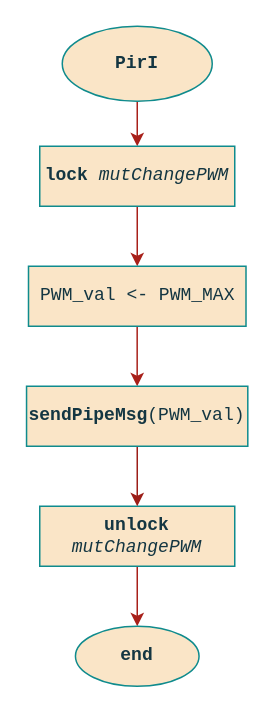
The draw.io diagram page "PIR" (1 of 3) of project/report/flowcharts/Sensors.drawio in ESRGgroup9/slipad, before the edit. Source tidied: cells renumbered, new cells numbered last; positions are measured from the earlier drawing's top-left corner, leaving out a move shared by most shapes. Both pictures are drawn from the tidied source at 150%, with x=0, y=0 at pixel (26, 26).
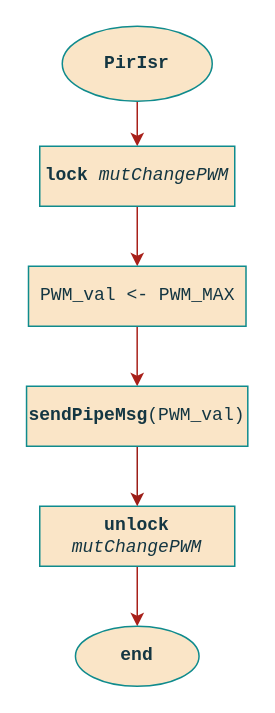
Above is the later version.

The edit, as a diff of the source:
```diff
@@
 <mxGraphModel>
   <root>
     <mxCell id="0" />
     <mxCell id="1" parent="0" />
     <mxCell id="2" style="edgeStyle=orthogonalEdgeStyle;curved=0;rounded=1;sketch=0;jettySize=auto;html=1;entryX=0.5;entryY=0;entryDx=0;entryDy=0;fontColor=#143642;strokeColor=#A8201A;fillColor=#FAE5C7;" parent="1" edge="1" source="3" target="5">
       <mxGeometry relative="1" as="geometry" />
     </mxCell>
-    <mxCell id="3" value="&lt;b&gt;PirI&lt;/b&gt;" style="ellipse;whiteSpace=wrap;html=1;fontFamily=Courier New;fillColor=#FAE5C7;strokeColor=#0F8B8D;fontColor=#143642;" parent="1" vertex="1">
+    <mxCell id="3" value="&lt;b&gt;PirIsr&lt;/b&gt;" style="ellipse;whiteSpace=wrap;html=1;fontFamily=Courier New;fillColor=#FAE5C7;strokeColor=#0F8B8D;fontColor=#143642;" parent="1" vertex="1">
       <mxGeometry x="24" width="100" height="50" as="geometry" />
     </mxCell>
     <mxCell id="4" style="edgeStyle=orthogonalEdgeStyle;curved=0;rounded=1;sketch=0;jettySize=auto;html=1;fontColor=#143642;strokeColor=#A8201A;fillColor=#FAE5C7;" parent="1" edge="1" source="5" target="7">
       <mxGeometry relative="1" as="geometry" />
     </mxCell>
     <mxCell id="5" value="&lt;div&gt;&lt;b&gt;lock&lt;/b&gt;&lt;i&gt; mutChangePWM&lt;/i&gt;&lt;br&gt;&lt;/div&gt;" style="rounded=0;whiteSpace=wrap;html=1;sketch=0;fontColor=#143642;strokeColor=#0F8B8D;fillColor=#FAE5C7;fontFamily=Courier New;" parent="1" vertex="1">
       <mxGeometry x="9" y="80" width="130" height="40" as="geometry" />
     </mxCell>
     <mxCell id="6" style="edgeStyle=orthogonalEdgeStyle;curved=0;rounded=1;sketch=0;jettySize=auto;html=1;fontColor=#143642;strokeColor=#A8201A;fillColor=#FAE5C7;entryX=0.5;entryY=0;entryDx=0;entryDy=0;" parent="1" edge="1" source="7" target="12">
       <mxGeometry relative="1" as="geometry" />
     </mxCell>
     <mxCell id="7" value="PWM_val &amp;lt;- PWM_MAX" style="rounded=0;whiteSpace=wrap;html=1;sketch=0;fontColor=#143642;strokeColor=#0F8B8D;fillColor=#FAE5C7;fontFamily=Courier New;" parent="1" vertex="1">
       <mxGeometry x="1.5" y="160" width="145" height="40" as="geometry" />
     </mxCell>
     <mxCell id="8" style="edgeStyle=orthogonalEdgeStyle;curved=0;rounded=1;sketch=0;jettySize=auto;html=1;fontColor=#143642;strokeColor=#A8201A;fillColor=#FAE5C7;" parent="1" edge="1" source="9" target="10">
       <mxGeometry relative="1" as="geometry" />
     </mxCell>
     <mxCell id="9" value="&lt;b&gt;unlock&lt;/b&gt;&lt;i&gt; mutChangePWM&lt;/i&gt;" style="rounded=0;whiteSpace=wrap;html=1;sketch=0;fontColor=#143642;strokeColor=#0F8B8D;fillColor=#FAE5C7;fontFamily=Courier New;" parent="1" vertex="1">
       <mxGeometry x="9" y="320" width="130" height="40" as="geometry" />
     </mxCell>
     <mxCell id="10" value="&lt;b&gt;end&lt;/b&gt;" style="ellipse;whiteSpace=wrap;html=1;rounded=0;sketch=0;fontFamily=Courier New;fontColor=#143642;strokeColor=#0F8B8D;fillColor=#FAE5C7;" parent="1" vertex="1">
       <mxGeometry x="32.8" y="400" width="82.4" height="40" as="geometry" />
     </mxCell>
     <mxCell id="11" style="edgeStyle=orthogonalEdgeStyle;rounded=0;jettySize=auto;html=1;strokeColor=#9C1E18;" parent="1" edge="1" source="12" target="9">
       <mxGeometry relative="1" as="geometry" />
     </mxCell>
     <mxCell id="12" value="&lt;b&gt;sendPipeMsg&lt;/b&gt;(PWM_val)" style="rounded=0;whiteSpace=wrap;html=1;sketch=0;fontColor=#143642;strokeColor=#0F8B8D;fillColor=#FAE5C7;fontFamily=Courier New;" parent="1" vertex="1">
       <mxGeometry x="0.2" y="240" width="147.5" height="40" as="geometry" />
     </mxCell>
   </root>
 </mxGraphModel>
```
